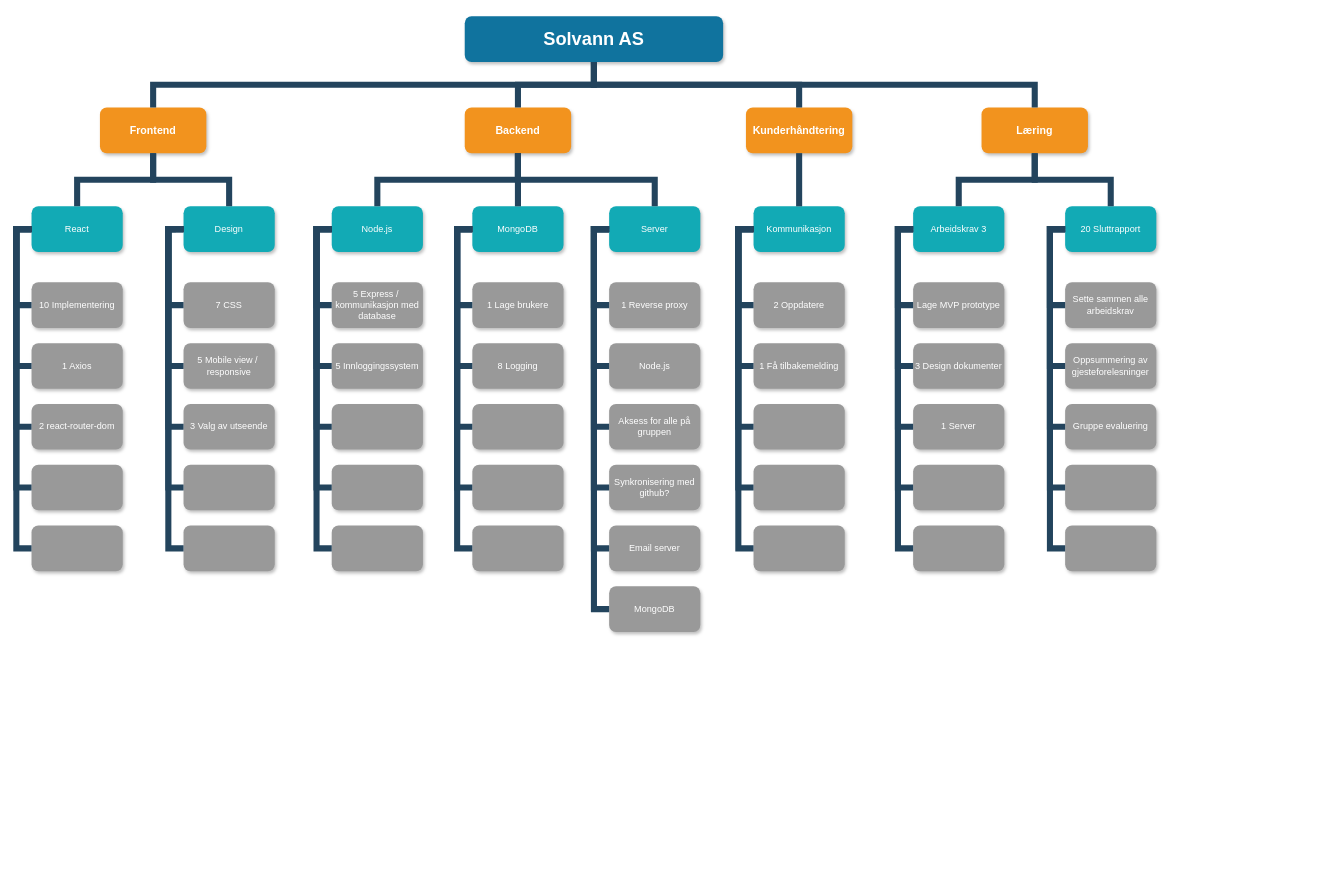
Above: Work Breakdown Structure.drawio in USN-Gjengen/APP2000_Gruppe06_Solvann-Driftsystem (draw.io), before the change. Source tidied: cells renumbered, new cells numbered last; positions are measured from the earlier drawing's top-left corner, leaving out a move shared by most shapes. Both pictures are drawn from the tidied source at 76%, with x=0, y=0 at pixel (16, 16).
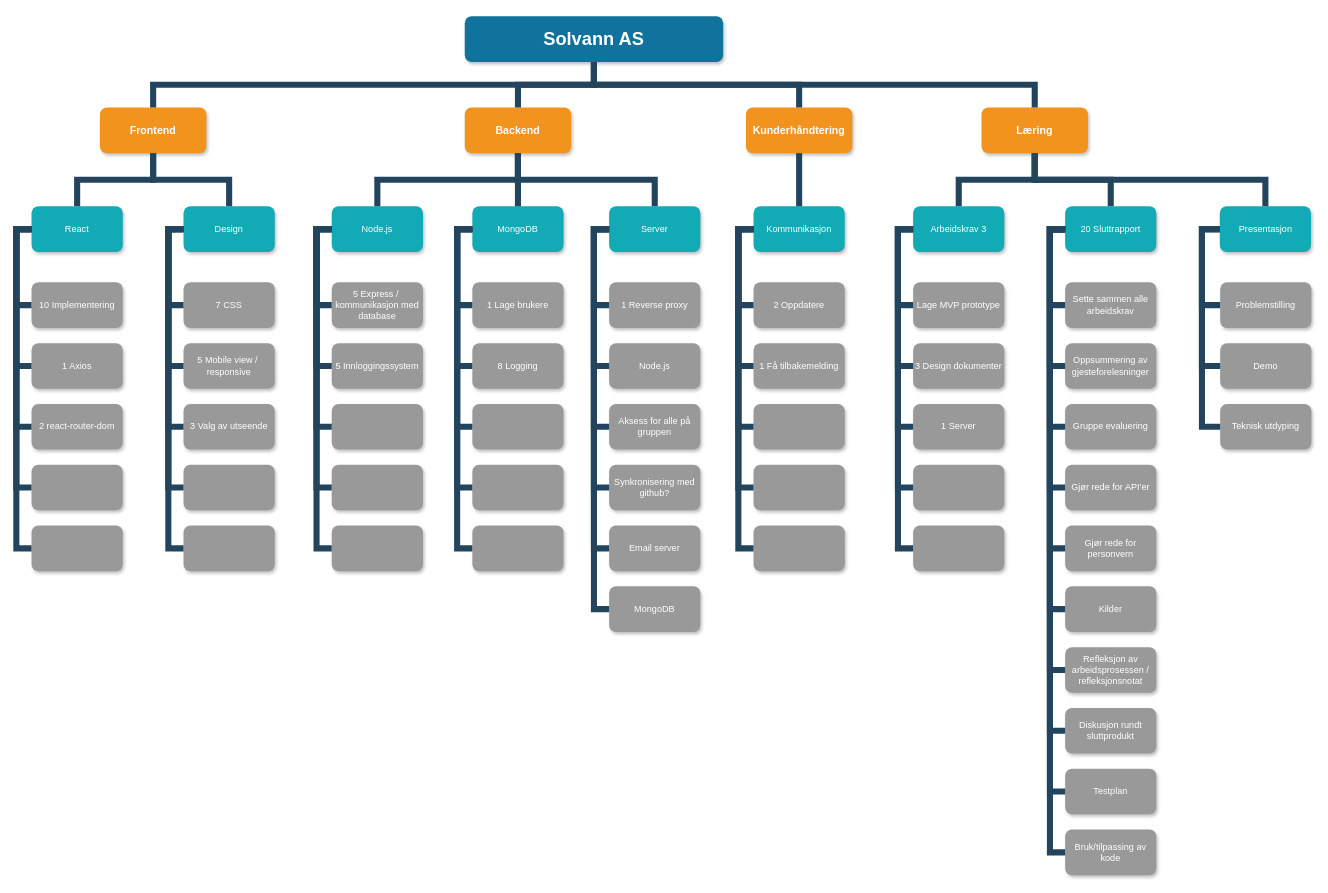
After the change.

Unchanged cells that the change refers to:
```xml
<mxCell id="6" value="Læring" style="whiteSpace=wrap;rounded=1;fillColor=#F2931E;strokeColor=none;shadow=1;fontColor=#FFFFFF;fontStyle=1;fontSize=14;" parent="1" vertex="1">
  <mxGeometry x="1270" y="120" width="140" height="60" as="geometry" />
</mxCell>
<mxCell id="66" value="20 Sluttrapport" style="whiteSpace=wrap;rounded=1;fillColor=#12AAB5;strokeColor=none;shadow=1;fontColor=#FFFFFF;" parent="1" vertex="1">
  <mxGeometry x="1380" y="250" width="120" height="60" as="geometry" />
</mxCell>
```

The edit, as a diff of the source:
```diff
@@
-    <mxCell id="75" style="whiteSpace=wrap;rounded=1;fillColor=#999999;strokeColor=none;shadow=1;fontColor=#FFFFFF;fontStyle=0;" parent="1" vertex="1">
+    <mxCell id="75" value="Gjør rede for API'er" style="whiteSpace=wrap;rounded=1;fillColor=#999999;strokeColor=none;shadow=1;fontColor=#FFFFFF;fontStyle=0;" parent="1" vertex="1">
       <mxGeometry x="1380" y="590" width="120" height="60" as="geometry" />
     </mxCell>
-    <mxCell id="76" style="whiteSpace=wrap;rounded=1;fillColor=#999999;strokeColor=none;shadow=1;fontColor=#FFFFFF;fontStyle=0;" parent="1" vertex="1">
+    <mxCell id="76" value="Gjør rede for personvern" style="whiteSpace=wrap;rounded=1;fillColor=#999999;strokeColor=none;shadow=1;fontColor=#FFFFFF;fontStyle=0;" parent="1" vertex="1">
       <mxGeometry x="1380" y="670" width="120" height="60" as="geometry" />
     </mxCell>
@@
+    <mxCell id="109" value="Kilder" style="whiteSpace=wrap;rounded=1;fillColor=#999999;strokeColor=none;shadow=1;fontColor=#FFFFFF;fontStyle=0;" parent="1" vertex="1">
+      <mxGeometry x="1380" y="750" width="120" height="60" as="geometry" />
+    </mxCell>
+    <mxCell id="110" value="Refleksjon av arbeidsprosessen / refleksjonsnotat" style="whiteSpace=wrap;rounded=1;fillColor=#999999;strokeColor=none;shadow=1;fontColor=#FFFFFF;fontStyle=0;" parent="1" vertex="1">
+      <mxGeometry x="1380" y="830" width="120" height="60" as="geometry" />
+    </mxCell>
+    <mxCell id="111" value="Diskusjon rundt sluttprodukt" style="whiteSpace=wrap;rounded=1;fillColor=#999999;strokeColor=none;shadow=1;fontColor=#FFFFFF;fontStyle=0;" parent="1" vertex="1">
+      <mxGeometry x="1380" y="910" width="120" height="60" as="geometry" />
+    </mxCell>
+    <mxCell id="112" value="Testplan" style="whiteSpace=wrap;rounded=1;fillColor=#999999;strokeColor=none;shadow=1;fontColor=#FFFFFF;fontStyle=0;" parent="1" vertex="1">
+      <mxGeometry x="1380" y="990" width="120" height="60" as="geometry" />
+    </mxCell>
+    <mxCell id="113" value="Presentasjon" style="whiteSpace=wrap;rounded=1;fillColor=#12AAB5;strokeColor=none;shadow=1;fontColor=#FFFFFF;" parent="1" vertex="1">
+      <mxGeometry x="1583.5" y="250" width="120" height="60" as="geometry" />
+    </mxCell>
+    <mxCell id="114" style="edgeStyle=elbowEdgeStyle;elbow=vertical;rounded=0;fontColor=#000000;endArrow=none;endFill=0;strokeWidth=8;strokeColor=#23445D;" parent="1" edge="1" source="6" target="113">
+      <mxGeometry relative="1" as="geometry" />
+    </mxCell>
+    <mxCell id="115" value="Problemstilling" style="whiteSpace=wrap;rounded=1;fillColor=#999999;strokeColor=none;shadow=1;fontColor=#FFFFFF;fontStyle=0;" parent="1" vertex="1">
+      <mxGeometry x="1584" y="350" width="120" height="60" as="geometry" />
+    </mxCell>
+    <mxCell id="116" style="edgeStyle=elbowEdgeStyle;elbow=horizontal;rounded=0;fontColor=#000000;endArrow=none;endFill=0;strokeWidth=8;strokeColor=#23445D;" parent="1" edge="1" source="113" target="115">
+      <mxGeometry relative="1" as="geometry">
+        <Array as="points">
+          <mxPoint x="1560" y="340" />
+        </Array>
+      </mxGeometry>
+    </mxCell>
+    <mxCell id="117" value="Demo" style="whiteSpace=wrap;rounded=1;fillColor=#999999;strokeColor=none;shadow=1;fontColor=#FFFFFF;fontStyle=0;" parent="1" vertex="1">
+      <mxGeometry x="1584" y="430" width="120" height="60" as="geometry" />
+    </mxCell>
+    <mxCell id="118" value="Teknisk utdyping" style="whiteSpace=wrap;rounded=1;fillColor=#999999;strokeColor=none;shadow=1;fontColor=#FFFFFF;fontStyle=0;" parent="1" vertex="1">
+      <mxGeometry x="1584" y="510" width="120" height="60" as="geometry" />
+    </mxCell>
+    <mxCell id="119" style="edgeStyle=elbowEdgeStyle;elbow=horizontal;rounded=0;fontColor=#000000;endArrow=none;endFill=0;strokeWidth=8;strokeColor=#23445D;" parent="1" edge="1" source="113" target="117">
+      <mxGeometry relative="1" as="geometry">
+        <Array as="points">
+          <mxPoint x="1560" y="370" />
+        </Array>
+      </mxGeometry>
+    </mxCell>
+    <mxCell id="120" style="edgeStyle=elbowEdgeStyle;elbow=horizontal;rounded=0;fontColor=#000000;endArrow=none;endFill=0;strokeWidth=8;strokeColor=#23445D;" parent="1" edge="1" source="113" target="118">
+      <mxGeometry relative="1" as="geometry">
+        <Array as="points">
+          <mxPoint x="1560" y="420" />
+          <mxPoint x="1570" y="380" />
+        </Array>
+      </mxGeometry>
+    </mxCell>
+    <mxCell id="121" style="edgeStyle=elbowEdgeStyle;elbow=horizontal;rounded=0;fontColor=#000000;endArrow=none;endFill=0;strokeWidth=8;strokeColor=#23445D;" parent="1" edge="1" source="66" target="109">
+      <mxGeometry relative="1" as="geometry">
+        <Array as="points">
+          <mxPoint x="1360" y="340" />
+          <mxPoint x="1370" y="500" />
+        </Array>
+      </mxGeometry>
+    </mxCell>
+    <mxCell id="122" style="edgeStyle=elbowEdgeStyle;elbow=horizontal;rounded=0;fontColor=#000000;endArrow=none;endFill=0;strokeWidth=8;strokeColor=#23445D;" parent="1" edge="1" source="66" target="110">
+      <mxGeometry relative="1" as="geometry">
+        <Array as="points">
+          <mxPoint x="1360" y="340" />
+          <mxPoint x="1380" y="510" />
+        </Array>
+      </mxGeometry>
+    </mxCell>
+    <mxCell id="123" style="edgeStyle=elbowEdgeStyle;elbow=horizontal;rounded=0;fontColor=#000000;endArrow=none;endFill=0;strokeWidth=8;strokeColor=#23445D;" parent="1" edge="1" source="66" target="111">
+      <mxGeometry relative="1" as="geometry">
+        <Array as="points">
+          <mxPoint x="1360" y="840" />
+          <mxPoint x="1370" y="350" />
+          <mxPoint x="1390" y="520" />
+        </Array>
+      </mxGeometry>
+    </mxCell>
+    <mxCell id="124" style="edgeStyle=elbowEdgeStyle;elbow=horizontal;rounded=0;fontColor=#000000;endArrow=none;endFill=0;strokeWidth=8;strokeColor=#23445D;" parent="1" edge="1" source="66" target="112">
+      <mxGeometry relative="1" as="geometry">
+        <Array as="points">
+          <mxPoint x="1360" y="980" />
+          <mxPoint x="1370" y="850" />
+          <mxPoint x="1380" y="360" />
+          <mxPoint x="1400" y="530" />
+        </Array>
+      </mxGeometry>
+    </mxCell>
+    <mxCell id="125" value="Bruk/tilpassing av kode" style="whiteSpace=wrap;rounded=1;fillColor=#999999;strokeColor=none;shadow=1;fontColor=#FFFFFF;fontStyle=0;" parent="1" vertex="1">
+      <mxGeometry x="1380" y="1070" width="120" height="60" as="geometry" />
+    </mxCell>
+    <mxCell id="126" style="edgeStyle=elbowEdgeStyle;elbow=horizontal;rounded=0;fontColor=#000000;endArrow=none;endFill=0;strokeWidth=8;strokeColor=#23445D;" parent="1" edge="1" source="66" target="125">
+      <mxGeometry relative="1" as="geometry">
+        <Array as="points">
+          <mxPoint x="1360" y="340" />
+          <mxPoint x="1370" y="990" />
+          <mxPoint x="1380" y="860" />
+          <mxPoint x="1390" y="370" />
+          <mxPoint x="1410" y="540" />
+        </Array>
+      </mxGeometry>
+    </mxCell>
```
